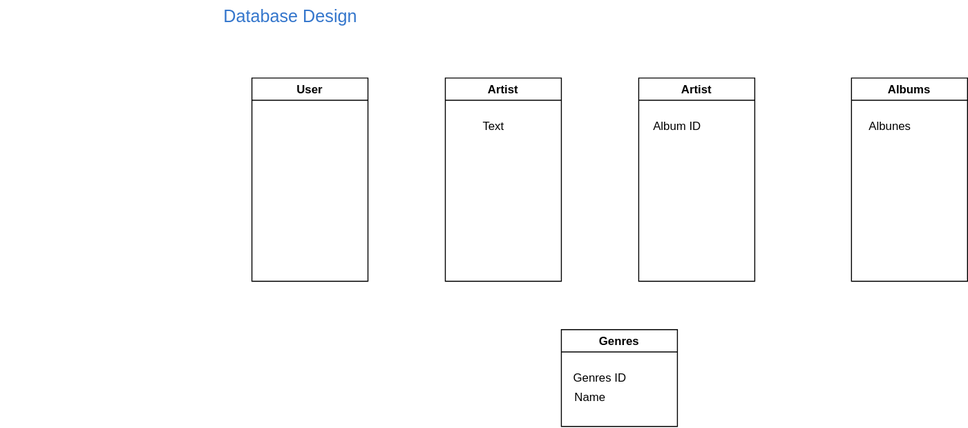
This is DESING.drawio.svg from FernandoFH/Spotify-clone, a draw.io export, as it was before one commit. Source tidied: cells renumbered, new cells last; positions are measured from the earlier drawing's top-left corner, leaving out a move shared by most shapes.
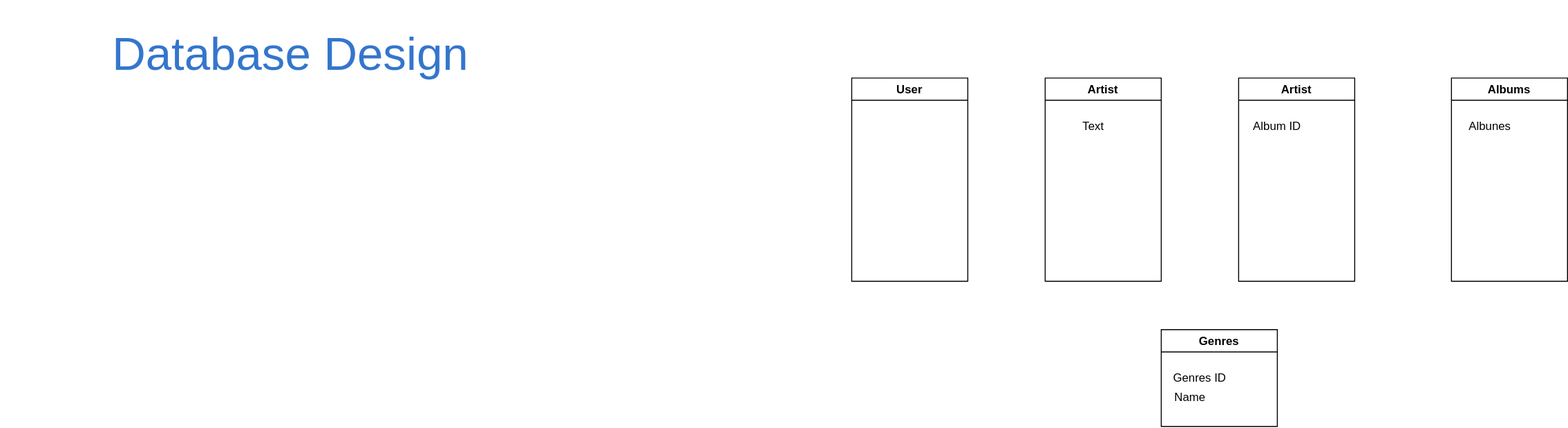
Later version of the same file.

Commit message:
UPDATE: Desing Lirycs

Diff of the diagram source:
```diff
@@ -2,8 +2,8 @@
   <root>
     <mxCell id="0" />
     <mxCell id="1" parent="0" />
-    <mxCell id="2" value="&lt;h1 class=&quot;title&quot; id=&quot;page-title&quot; style=&quot;margin: 0px 0px 10px ; padding: 0px ; border: 0px ; outline: 0px ; vertical-align: baseline ; font-stretch: inherit ; line-height: 1.2 ; font-family: &amp;#34;aleo regular&amp;#34; , sans-serif ; font-weight: normal ; color: rgb(52 , 118 , 204) ; width: 600px&quot;&gt;&lt;font style=&quot;font-size: 18px&quot;&gt;Database Design&lt;/font&gt;&lt;/h1&gt;" style="text;html=1;strokeColor=none;fillColor=none;align=center;verticalAlign=middle;whiteSpace=wrap;rounded=0;" parent="1" vertex="1">
-      <mxGeometry width="160" height="40" as="geometry" />
+    <mxCell id="2" value="&lt;h1 class=&quot;title&quot; id=&quot;page-title&quot; style=&quot;margin: 0px 0px 10px ; padding: 0px ; border: 0px ; outline: 0px ; vertical-align: baseline ; font-stretch: inherit ; line-height: 1.2 ; font-family: &amp;#34;aleo regular&amp;#34; , sans-serif ; font-weight: normal ; color: rgb(52 , 118 , 204) ; width: 600px&quot;&gt;&lt;font style=&quot;font-size: 48px&quot;&gt;Database Design&lt;/font&gt;&lt;/h1&gt;" style="text;html=1;strokeColor=none;fillColor=none;align=center;verticalAlign=middle;whiteSpace=wrap;rounded=0;" parent="1" vertex="1">
+      <mxGeometry x="-800" width="520" height="120" as="geometry" />
     </mxCell>
     <mxCell id="3" value="Artist" style="swimlane;" parent="1" vertex="1">
       <mxGeometry x="240" y="80" width="120" height="210" as="geometry" />
```
